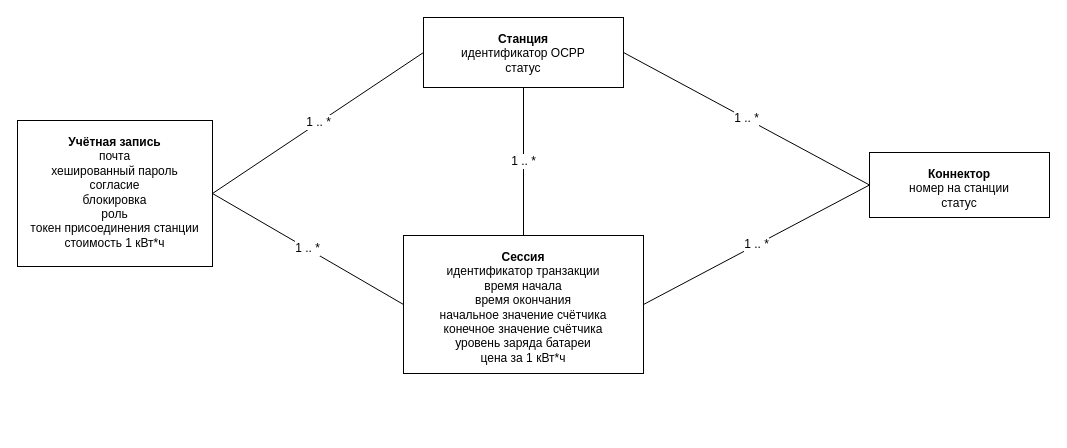
Above: Диаграммы/Модель данных (2.7).drawio in PetrachkovArtem/diplom (draw.io), before the change. Source tidied: cells renumbered, new cells numbered last; positions are measured from the earlier drawing's top-left corner, leaving out a move shared by most shapes. Both pictures are drawn from the tidied source at 100%, with x=0, y=0 at pixel (17, 17).
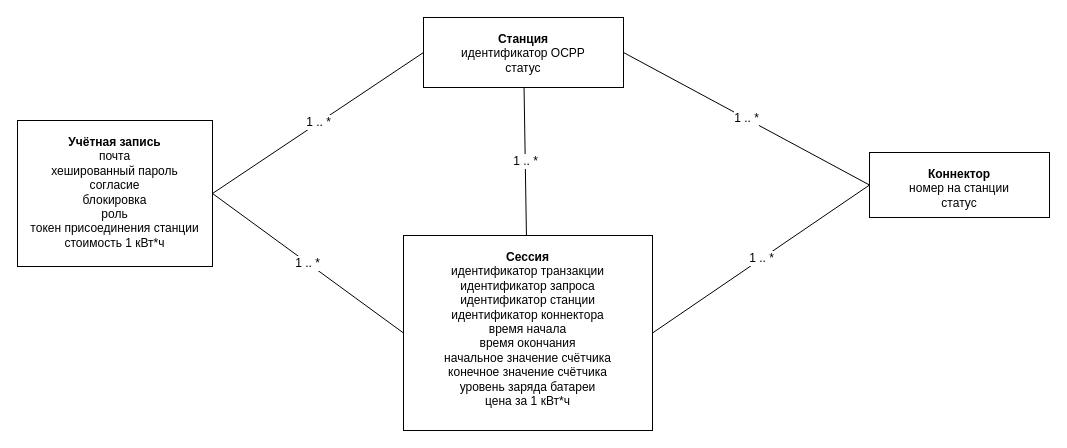
Above is the later version.

Diff of the diagram source:
```diff
@@
 <mxGraphModel>
   <root>
     <mxCell id="0" />
     <mxCell id="1" parent="0" />
     <mxCell id="2" value="&lt;b&gt;Учётная запись&lt;/b&gt;&lt;br&gt;почта&lt;br&gt;хешированный пароль&lt;br&gt;согласие&lt;br&gt;блокировка&lt;br&gt;роль&lt;div&gt;токен присоединения станции&lt;/div&gt;&lt;div&gt;стоимость 1 кВт*ч&lt;/div&gt;" style="rounded=0;whiteSpace=wrap;html=1;align=center;verticalAlign=top;spacingTop=8;" parent="1" vertex="1">
       <mxGeometry y="103" width="195" height="146" as="geometry" />
     </mxCell>
     <mxCell id="3" value="&lt;b&gt;Станция&lt;/b&gt;&lt;br&gt;идентификатор OCPP&lt;br&gt;статус" style="rounded=0;whiteSpace=wrap;html=1;align=center;verticalAlign=top;spacingTop=8;" parent="1" vertex="1">
       <mxGeometry x="406" width="200" height="70" as="geometry" />
     </mxCell>
     <mxCell id="4" value="&lt;b&gt;Коннектор&lt;/b&gt;&lt;br&gt;номер на станции&lt;br&gt;статус" style="rounded=0;whiteSpace=wrap;html=1;align=center;verticalAlign=top;spacingTop=8;" parent="1" vertex="1">
       <mxGeometry x="852" y="135" width="180" height="65" as="geometry" />
     </mxCell>
-    <mxCell id="5" value="&lt;div&gt;&lt;b&gt;Сессия&lt;/b&gt;&lt;br&gt;идентификатор транзакции&lt;/div&gt;&lt;div&gt;время начала&lt;/div&gt;&lt;div&gt;время окончания&lt;/div&gt;&lt;div&gt;начальное значение счётчика&lt;/div&gt;&lt;div&gt;конечное значение счётчика&lt;/div&gt;&lt;div&gt;уровень заряда батареи&lt;/div&gt;&lt;div&gt;цена за 1 кВт*ч&lt;/div&gt;" style="rounded=0;whiteSpace=wrap;html=1;align=center;verticalAlign=top;spacingTop=8;" parent="1" vertex="1">
-      <mxGeometry x="386" y="218" width="240" height="138" as="geometry" />
+    <mxCell id="5" value="&lt;div&gt;&lt;b&gt;Сессия&lt;/b&gt;&lt;br&gt;идентификатор транзакции&lt;br&gt;идентификатор запроса&lt;br&gt;идентификатор станции&lt;br&gt;идентификатор коннектора&lt;/div&gt;&lt;div&gt;время начала&lt;/div&gt;&lt;div&gt;время окончания&lt;/div&gt;&lt;div&gt;начальное значение счётчика&lt;/div&gt;&lt;div&gt;конечное значение счётчика&lt;/div&gt;&lt;div&gt;уровень заряда батареи&lt;/div&gt;&lt;div&gt;цена за 1 кВт*ч&lt;/div&gt;" style="rounded=0;whiteSpace=wrap;html=1;align=center;verticalAlign=top;spacingTop=8;" parent="1" vertex="1">
+      <mxGeometry x="386" y="218" width="249" height="195" as="geometry" />
     </mxCell>
     <mxCell id="6" value="1 .. *" style="endArrow=none;html=1;fontSize=12;exitX=1;exitY=0.5;exitDx=0;exitDy=0;entryX=0;entryY=0.5;entryDx=0;entryDy=0;" parent="1" edge="1" source="2" target="3">
       <mxGeometry relative="1" as="geometry" />
     </mxCell>
     <mxCell id="7" value="1 .. *" style="endArrow=none;html=1;fontSize=12;entryX=0;entryY=0.5;entryDx=0;entryDy=0;exitX=1;exitY=0.5;exitDx=0;exitDy=0;" parent="1" edge="1" source="3" target="4">
       <mxGeometry relative="1" as="geometry" />
     </mxCell>
     <mxCell id="8" value="1 .. *" style="endArrow=none;html=1;fontSize=12;exitX=1;exitY=0.5;exitDx=0;exitDy=0;entryX=0;entryY=0.5;entryDx=0;entryDy=0;" parent="1" edge="1" source="2" target="5">
       <mxGeometry relative="1" as="geometry" />
     </mxCell>
     <mxCell id="9" value="1 .. *" style="endArrow=none;html=1;fontSize=12;" parent="1" edge="1" source="3" target="5">
       <mxGeometry relative="1" as="geometry" />
     </mxCell>
     <mxCell id="10" value="1 .. *" style="endArrow=none;html=1;fontSize=12;exitX=0;exitY=0.5;exitDx=0;exitDy=0;entryX=1;entryY=0.5;entryDx=0;entryDy=0;" parent="1" edge="1" source="4" target="5">
       <mxGeometry relative="1" as="geometry" />
     </mxCell>
   </root>
 </mxGraphModel>
```
